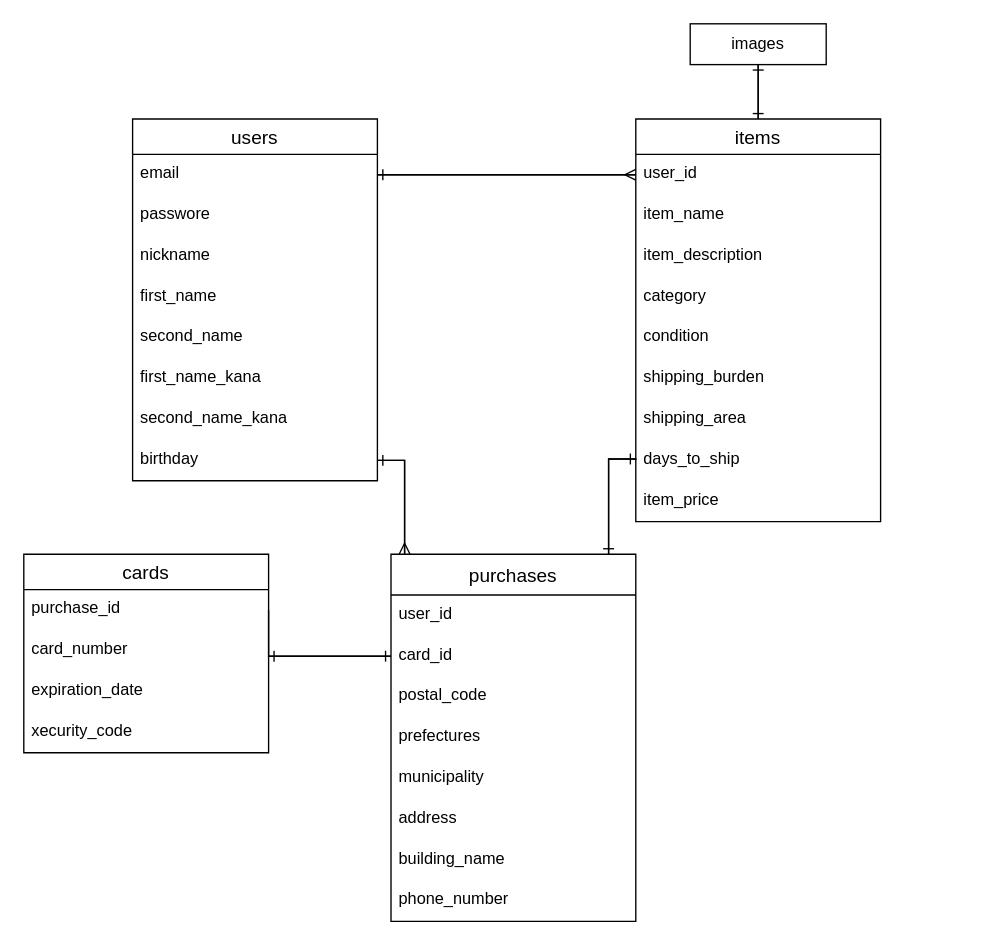
Earlier version of the draw.io diagram ER図.dio (toyahatariku/furima-33971). Source tidied: cells renumbered, new cells numbered last; positions are measured from the earlier drawing's top-left corner, leaving out a move shared by most shapes. Both pictures are drawn from the tidied source at 136%, with x=0, y=0 at pixel (23, 23).
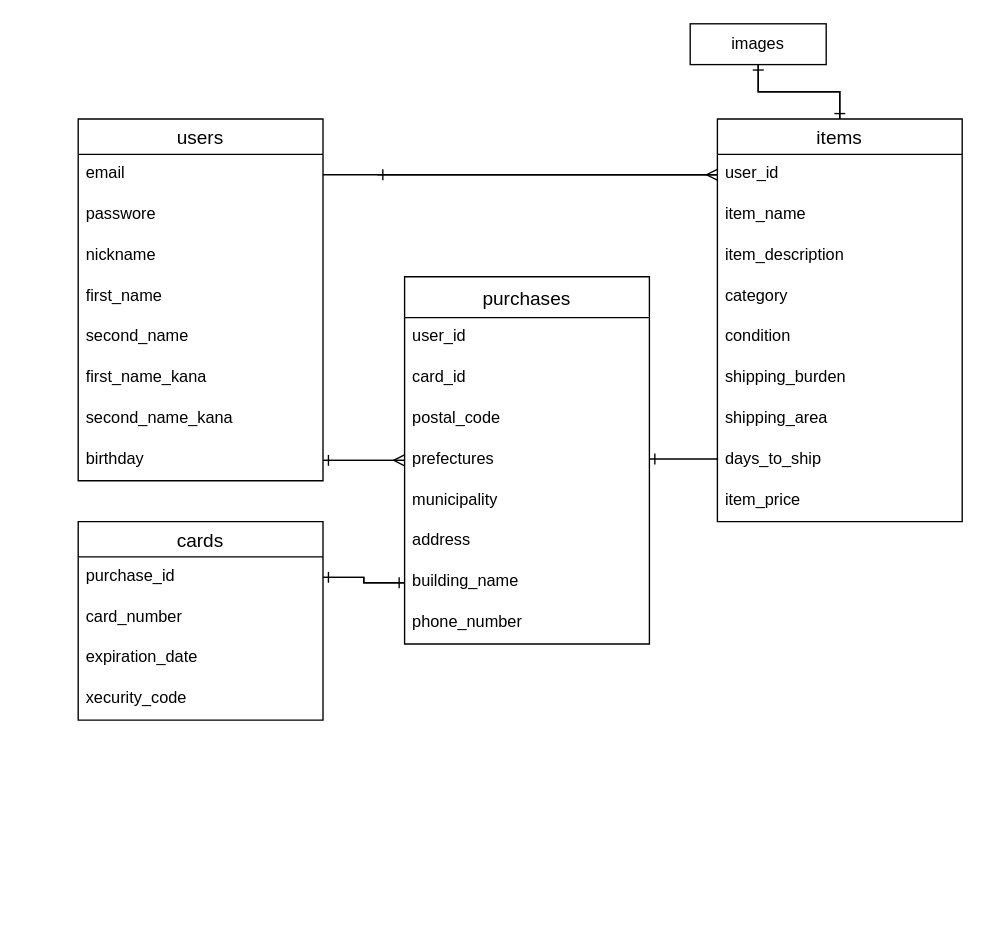
The same page after the edit.

The change refers to these unchanged cells:
```xml
<mxCell id="26" value="card_id" style="text;strokeColor=none;fillColor=none;spacingLeft=4;spacingRight=4;overflow=hidden;points=[[0,0.5],[1,0.5]];portConstraint=eastwest;fontSize=12;" parent="24" vertex="1">
  <mxGeometry y="60" width="180" height="30" as="geometry" />
</mxCell>
<mxCell id="31" value="building_name" style="text;strokeColor=none;fillColor=none;spacingLeft=4;spacingRight=4;overflow=hidden;points=[[0,0.5],[1,0.5]];portConstraint=eastwest;fontSize=12;" parent="24" vertex="1">
  <mxGeometry y="210" width="180" height="30" as="geometry" />
</mxCell>
<mxCell id="34" value="purchase_id" style="text;strokeColor=none;fillColor=none;spacingLeft=4;spacingRight=4;overflow=hidden;points=[[0,0.5],[1,0.5]];portConstraint=eastwest;fontSize=12;" parent="33" vertex="1">
  <mxGeometry y="26" width="180" height="30" as="geometry" />
</mxCell>
```

The edit, as a diff of the source:
```diff
@@
     <mxCell id="2" value="users" style="swimlane;fontStyle=0;horizontal=1;startSize=26;align=center;fontSize=14;" parent="1" vertex="1">
-      <mxGeometry x="80" y="70" width="180" height="266" as="geometry" />
+      <mxGeometry x="40" y="70" width="180" height="266" as="geometry" />
     </mxCell>
@@
     <mxCell id="12" value="items" style="swimlane;fontStyle=0;horizontal=1;startSize=26;align=center;fontSize=14;" parent="1" vertex="1">
-      <mxGeometry x="450" y="70" width="180" height="296" as="geometry" />
+      <mxGeometry x="510" y="70" width="180" height="296" as="geometry" />
     </mxCell>
@@
     <mxCell id="24" value="purchases" style="swimlane;fontStyle=0;horizontal=1;startSize=30;align=center;fontSize=14;" parent="1" vertex="1">
-      <mxGeometry x="270" y="390" width="180" height="270" as="geometry" />
+      <mxGeometry x="280" y="186" width="180" height="270" as="geometry" />
     </mxCell>
@@
     <mxCell id="33" value="cards" style="swimlane;fontStyle=0;horizontal=1;startSize=26;align=center;fontSize=14;" parent="1" vertex="1">
-      <mxGeometry y="390" width="180" height="146" as="geometry" />
+      <mxGeometry x="40" y="366" width="180" height="146" as="geometry" />
     </mxCell>
@@
-    <mxCell id="44" style="edgeStyle=orthogonalEdgeStyle;rounded=0;jettySize=auto;html=1;exitX=1;exitY=0.5;exitDx=0;exitDy=0;entryX=0;entryY=0.5;entryDx=0;entryDy=0;endArrow=ERone;endFill=0;" parent="1" edge="1" source="34" target="26">
-      <mxGeometry relative="1" as="geometry">
-        <Array as="points">
-          <mxPoint x="180" y="465" />
-        </Array>
-      </mxGeometry>
-    </mxCell>
-    <mxCell id="45" style="edgeStyle=orthogonalEdgeStyle;rounded=0;jettySize=auto;html=1;endArrow=ERone;endFill=0;" parent="1" edge="1" source="26">
-      <mxGeometry relative="1" as="geometry">
-        <mxPoint x="180" y="465" as="targetPoint" />
-      </mxGeometry>
-    </mxCell>
+    <mxCell id="46" style="edgeStyle=orthogonalEdgeStyle;rounded=0;jettySize=auto;html=1;endArrow=ERone;endFill=0;entryX=1;entryY=0.5;entryDx=0;entryDy=0;" parent="1" edge="1" source="31" target="34">
+      <mxGeometry relative="1" as="geometry">
+        <Array as="points">
+          <mxPoint x="250" y="411" />
+          <mxPoint x="250" y="407" />
+        </Array>
+      </mxGeometry>
+    </mxCell>
+    <mxCell id="47" style="edgeStyle=orthogonalEdgeStyle;rounded=0;jettySize=auto;html=1;exitX=1;exitY=0.5;exitDx=0;exitDy=0;entryX=0;entryY=0.5;entryDx=0;entryDy=0;endArrow=ERone;endFill=0;" parent="1" edge="1" source="34" target="31">
+      <mxGeometry relative="1" as="geometry" />
+    </mxCell>
```
